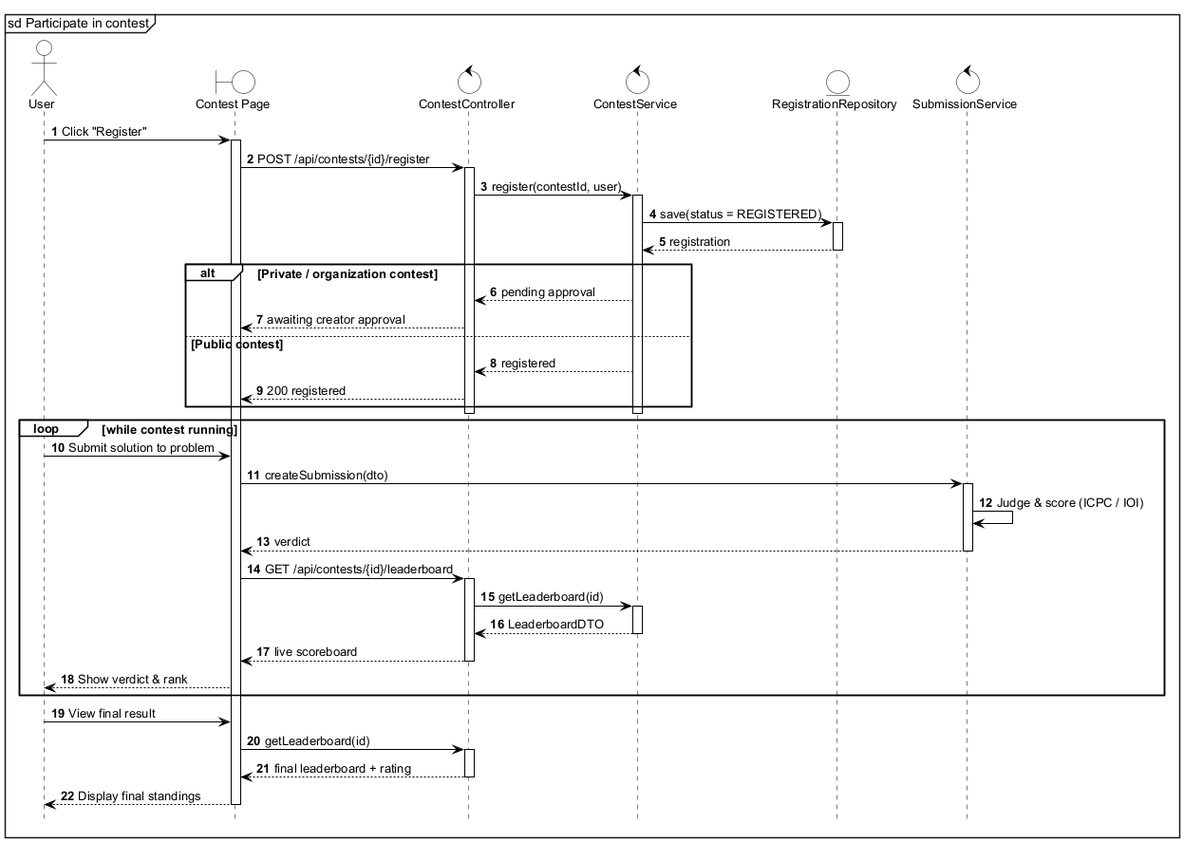
InfiniteGosi/TDTUOJ keeps this PlantUML diagram as Thesis/final/figures/seq-participate-contest.png. Above is the earlier version.
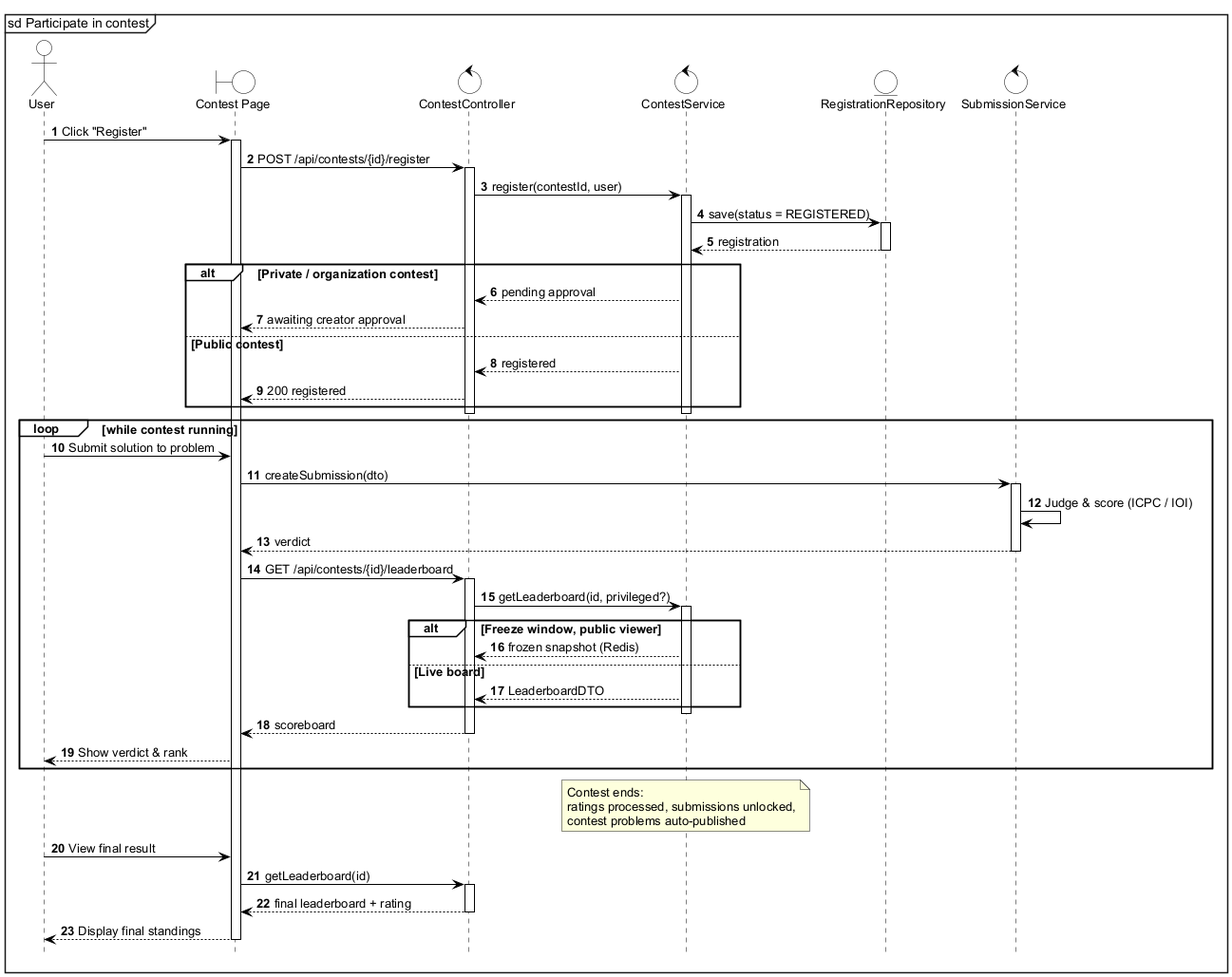
After the change.

Change to the diagram source:
```diff
@@ -57,14 +57,20 @@
   deactivate SUB
   UI -> C : GET /api/contests/{id}/leaderboard
   activate C
-  C -> S : getLeaderboard(id)
+  C -> S : getLeaderboard(id, privileged?)
   activate S
-  S --> C : LeaderboardDTO
+  alt Freeze window, public viewer
+    S --> C : frozen snapshot (Redis)
+  else Live board
+    S --> C : LeaderboardDTO
+  end
   deactivate S
-  C --> UI : live scoreboard
+  C --> UI : scoreboard
   deactivate C
   UI --> U : Show verdict & rank
 end
+
+note over S : Contest ends:\nratings processed, submissions unlocked,\ncontest problems auto-published
 
 U -> UI : View final result
 UI -> C : getLeaderboard(id)
```
